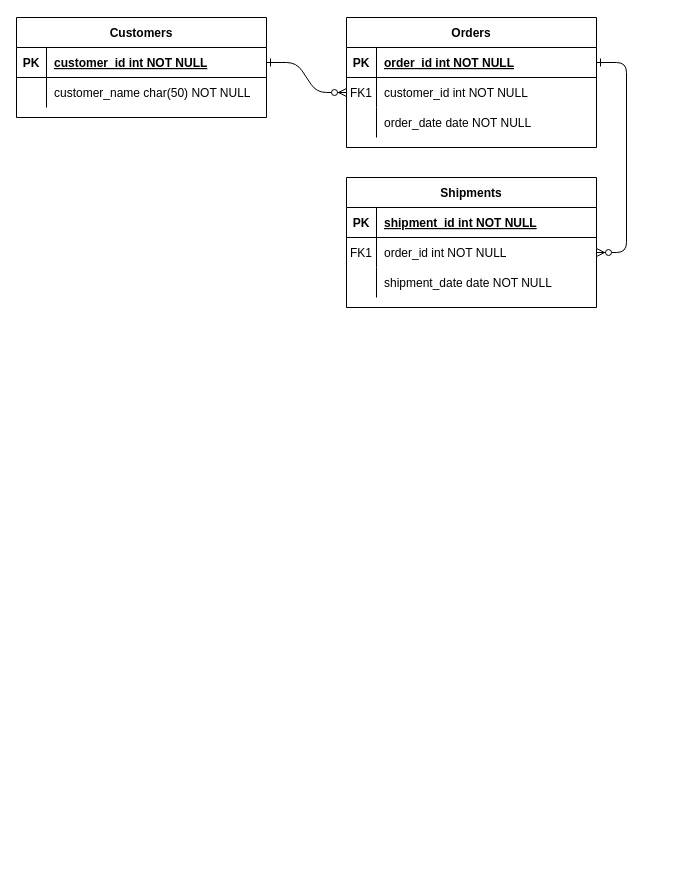
This is page "Page-1" (1 of 2) of Untitled Diagram.drawio from elsaxxx/Share, a draw.io file, before an edit. Source tidied: cells renumbered, new cells numbered last; positions are measured from the earlier drawing's top-left corner, leaving out a move shared by most shapes. Both pictures are drawn from the tidied source at 100%, with x=0, y=0 at pixel (16, 17).
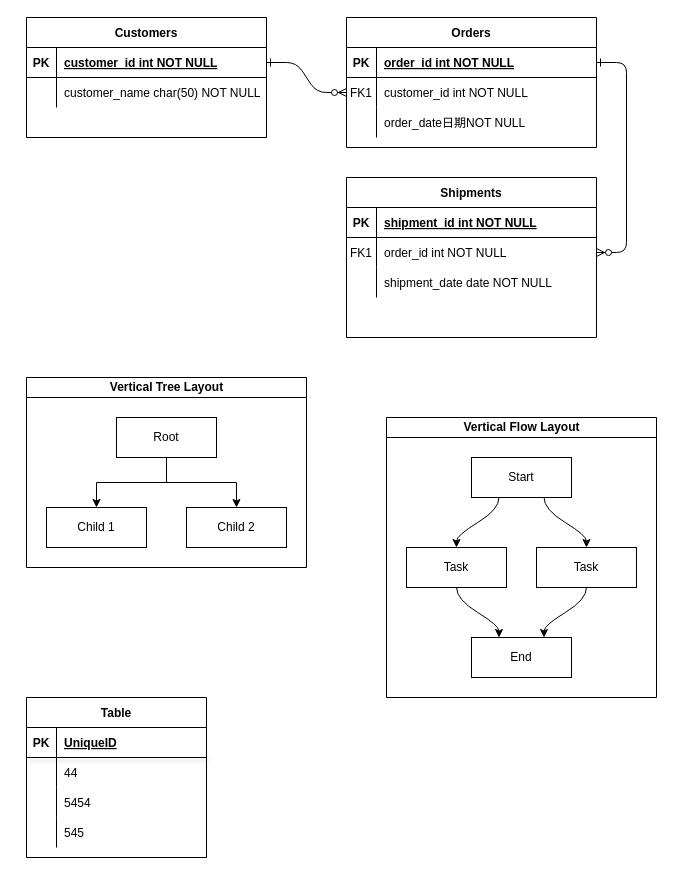
The same diagram, later.

The change refers to these unchanged cells:
```xml
<mxCell id="11" style="shape=partialRectangle;fillColor=none;top=0;left=0;right=0;bottom=0;" parent="4" vertex="1">
  <mxGeometry y="90" width="250" height="30" as="geometry" />
</mxCell>
```

The edit, as a diff of the source:
```diff
@@
-    <mxCell id="13" value="order_date date NOT NULL" style="shape=partialRectangle;overflow=hidden;fillColor=none;top=0;left=0;bottom=0;right=0;align=left;spacingLeft=6;" parent="11" vertex="1">
+    <mxCell id="13" value="order_date日期NOT NULL" style="shape=partialRectangle;overflow=hidden;fillColor=none;top=0;left=0;bottom=0;right=0;align=left;spacingLeft=6;" parent="11" vertex="1">
       <mxGeometry x="30" width="220" height="30" as="geometry" />
     </mxCell>
     <mxCell id="14" value="Shipments" style="shape=table;startSize=30;childLayout=tableLayout;rowLines=0;fontStyle=1;align=center;" parent="1" vertex="1">
-      <mxGeometry x="330" y="160" width="250" height="130" as="geometry" />
+      <mxGeometry x="330" y="160" width="250" height="160" as="geometry" />
     </mxCell>
@@
     <mxCell id="24" value="Customers" style="shape=table;startSize=30;childLayout=tableLayout;rowLines=0;fontStyle=1;align=center;" parent="1" vertex="1">
-      <mxGeometry width="250" height="100" as="geometry" />
+      <mxGeometry x="10" width="240" height="120" as="geometry" />
     </mxCell>
     <mxCell id="25" style="shape=partialRectangle;fillColor=none;points=[[0,0.5],[1,0.5]];portConstraint=eastwest;top=0;left=0;right=0;bottom=1;" parent="24" vertex="1">
-      <mxGeometry y="30" width="250" height="30" as="geometry" />
+      <mxGeometry y="30" width="240" height="30" as="geometry" />
     </mxCell>
@@
     <mxCell id="27" value="customer_id int NOT NULL " style="shape=partialRectangle;overflow=hidden;fillColor=none;top=0;left=0;bottom=0;right=0;align=left;spacingLeft=6;fontStyle=5;" parent="25" vertex="1">
-      <mxGeometry x="30" width="220" height="30" as="geometry" />
+      <mxGeometry x="30" width="210" height="30" as="geometry" />
     </mxCell>
     <mxCell id="28" style="shape=partialRectangle;fillColor=none;top=0;left=0;right=0;bottom=0;" parent="24" vertex="1">
-      <mxGeometry y="60" width="250" height="30" as="geometry" />
+      <mxGeometry y="60" width="240" height="30" as="geometry" />
     </mxCell>
@@
     <mxCell id="30" value="customer_name char(50) NOT NULL" style="shape=partialRectangle;overflow=hidden;fillColor=none;top=0;left=0;bottom=0;right=0;align=left;spacingLeft=6;" parent="28" vertex="1">
-      <mxGeometry x="30" width="220" height="30" as="geometry" />
+      <mxGeometry x="30" width="210" height="30" as="geometry" />
     </mxCell>
+    <mxCell id="31" value="Vertical Tree Layout" style="swimlane;html=1;startSize=20;horizontal=1;horizontalTree=0;containerType=tree;" parent="1" vertex="1">
+      <mxGeometry x="10" y="360" width="280" height="190" as="geometry" />
+    </mxCell>
+    <mxCell id="32" value="Root" style="whiteSpace=wrap;html=1;" parent="31" vertex="1">
+      <mxGeometry x="90" y="40" width="100" height="40" as="geometry" />
+    </mxCell>
+    <mxCell id="33" value="Child 1" style="whiteSpace=wrap;html=1;" parent="31" vertex="1">
+      <mxGeometry x="20" y="130" width="100" height="40" as="geometry" />
+    </mxCell>
+    <mxCell id="34" style="edgeStyle=elbowEdgeStyle;elbow=vertical;html=1;rounded=0;" parent="31" edge="1" source="32" target="33">
+      <mxGeometry relative="1" as="geometry" />
+    </mxCell>
+    <mxCell id="35" value="Child 2" style="whiteSpace=wrap;html=1;" parent="31" vertex="1">
+      <mxGeometry x="160" y="130" width="100" height="40" as="geometry" />
+    </mxCell>
+    <mxCell id="36" style="edgeStyle=elbowEdgeStyle;elbow=vertical;html=1;rounded=0;" parent="31" edge="1" source="32" target="35">
+      <mxGeometry relative="1" as="geometry" />
+    </mxCell>
+    <mxCell id="37" value="Vertical Flow Layout" style="swimlane;html=1;startSize=20;horizontal=1;flowOrientation=north;interRankCellSpacing=50;containerType=tree;" parent="1" vertex="1">
+      <mxGeometry x="370" y="400" width="270" height="280" as="geometry" />
+    </mxCell>
+    <mxCell id="38" value="Start" style="whiteSpace=wrap;html=1;" parent="37" vertex="1">
+      <mxGeometry x="85" y="40" width="100" height="40" as="geometry" />
+    </mxCell>
+    <mxCell id="39" value="Task" style="whiteSpace=wrap;html=1;" parent="37" vertex="1">
+      <mxGeometry x="20" y="130" width="100" height="40" as="geometry" />
+    </mxCell>
+    <mxCell id="40" style="html=1;curved=1;noEdgeStyle=1;orthogonal=1;" parent="37" edge="1" source="38" target="39">
+      <mxGeometry relative="1" as="geometry">
+        <Array as="points">
+          <mxPoint x="112.5" y="92" />
+          <mxPoint x="70" y="118" />
+        </Array>
+      </mxGeometry>
+    </mxCell>
+    <mxCell id="41" value="Task" style="whiteSpace=wrap;html=1;" parent="37" vertex="1">
+      <mxGeometry x="150" y="130" width="100" height="40" as="geometry" />
+    </mxCell>
+    <mxCell id="42" style="html=1;curved=1;noEdgeStyle=1;orthogonal=1;" parent="37" edge="1" source="38" target="41">
+      <mxGeometry relative="1" as="geometry">
+        <Array as="points">
+          <mxPoint x="157.5" y="92" />
+          <mxPoint x="200" y="118" />
+        </Array>
+      </mxGeometry>
+    </mxCell>
+    <mxCell id="43" value="End" style="whiteSpace=wrap;html=1;" parent="37" vertex="1">
+      <mxGeometry x="85" y="220" width="100" height="40" as="geometry" />
+    </mxCell>
+    <mxCell id="44" style="html=1;curved=1;noEdgeStyle=1;orthogonal=1;" parent="37" edge="1" source="39" target="43">
+      <mxGeometry relative="1" as="geometry">
+        <Array as="points">
+          <mxPoint x="70" y="182" />
+          <mxPoint x="112.5" y="208" />
+        </Array>
+      </mxGeometry>
+    </mxCell>
+    <mxCell id="45" style="html=1;curved=1;noEdgeStyle=1;orthogonal=1;" parent="37" edge="1" source="41" target="43">
+      <mxGeometry relative="1" as="geometry">
+        <Array as="points">
+          <mxPoint x="200" y="182" />
+          <mxPoint x="157.5" y="208" />
+        </Array>
+      </mxGeometry>
+    </mxCell>
+    <mxCell id="46" value="Table" style="shape=table;startSize=30;childLayout=tableLayout;rowLines=0;fontStyle=1;align=center;" parent="1" vertex="1">
+      <mxGeometry x="10" y="680" width="180" height="160" as="geometry" />
+    </mxCell>
+    <mxCell id="47" style="shape=partialRectangle;fillColor=none;top=0;left=0;bottom=1;right=0;shadow=1;" parent="46" vertex="1">
+      <mxGeometry y="30" width="180" height="30" as="geometry" />
+    </mxCell>
+    <mxCell id="48" value="PK" style="shape=partialRectangle;fillColor=none;top=0;left=0;bottom=0;right=0;fontStyle=1;overflow=hidden;" parent="47" vertex="1">
+      <mxGeometry width="30" height="30" as="geometry" />
+    </mxCell>
+    <mxCell id="49" value="UniqueID" style="shape=partialRectangle;fillColor=none;top=0;left=0;bottom=0;right=0;align=left;spacingLeft=6;fontStyle=5;overflow=hidden;" parent="47" vertex="1">
+      <mxGeometry x="30" width="150" height="30" as="geometry" />
+    </mxCell>
+    <mxCell id="50" style="shape=partialRectangle;fillColor=none;top=0;left=0;bottom=0;right=0;" parent="46" vertex="1">
+      <mxGeometry y="60" width="180" height="30" as="geometry" />
+    </mxCell>
+    <mxCell id="51" style="shape=partialRectangle;fillColor=none;top=0;left=0;bottom=0;right=0;overflow=hidden;" parent="50" vertex="1">
+      <mxGeometry width="30" height="30" as="geometry" />
+    </mxCell>
+    <mxCell id="52" value="44" style="shape=partialRectangle;fillColor=none;top=0;left=0;bottom=0;right=0;align=left;spacingLeft=6;overflow=hidden;" parent="50" vertex="1">
+      <mxGeometry x="30" width="150" height="30" as="geometry" />
+    </mxCell>
+    <mxCell id="53" style="shape=partialRectangle;fillColor=none;top=0;left=0;bottom=0;right=0;" parent="46" vertex="1">
+      <mxGeometry y="90" width="180" height="30" as="geometry" />
+    </mxCell>
+    <mxCell id="54" style="shape=partialRectangle;fillColor=none;top=0;left=0;bottom=0;right=0;overflow=hidden;" parent="53" vertex="1">
+      <mxGeometry width="30" height="30" as="geometry" />
+    </mxCell>
+    <mxCell id="55" value="5454" style="shape=partialRectangle;fillColor=none;top=0;left=0;bottom=0;right=0;align=left;spacingLeft=6;overflow=hidden;" parent="53" vertex="1">
+      <mxGeometry x="30" width="150" height="30" as="geometry" />
+    </mxCell>
+    <mxCell id="56" style="shape=partialRectangle;fillColor=none;top=0;left=0;bottom=0;right=0;" parent="46" vertex="1">
+      <mxGeometry y="120" width="180" height="30" as="geometry" />
+    </mxCell>
+    <mxCell id="57" style="shape=partialRectangle;fillColor=none;top=0;left=0;bottom=0;right=0;overflow=hidden;" parent="56" vertex="1">
+      <mxGeometry width="30" height="30" as="geometry" />
+    </mxCell>
+    <mxCell id="58" value="545" style="shape=partialRectangle;fillColor=none;top=0;left=0;bottom=0;right=0;align=left;spacingLeft=6;overflow=hidden;" parent="56" vertex="1">
+      <mxGeometry x="30" width="150" height="30" as="geometry" />
+    </mxCell>
```
